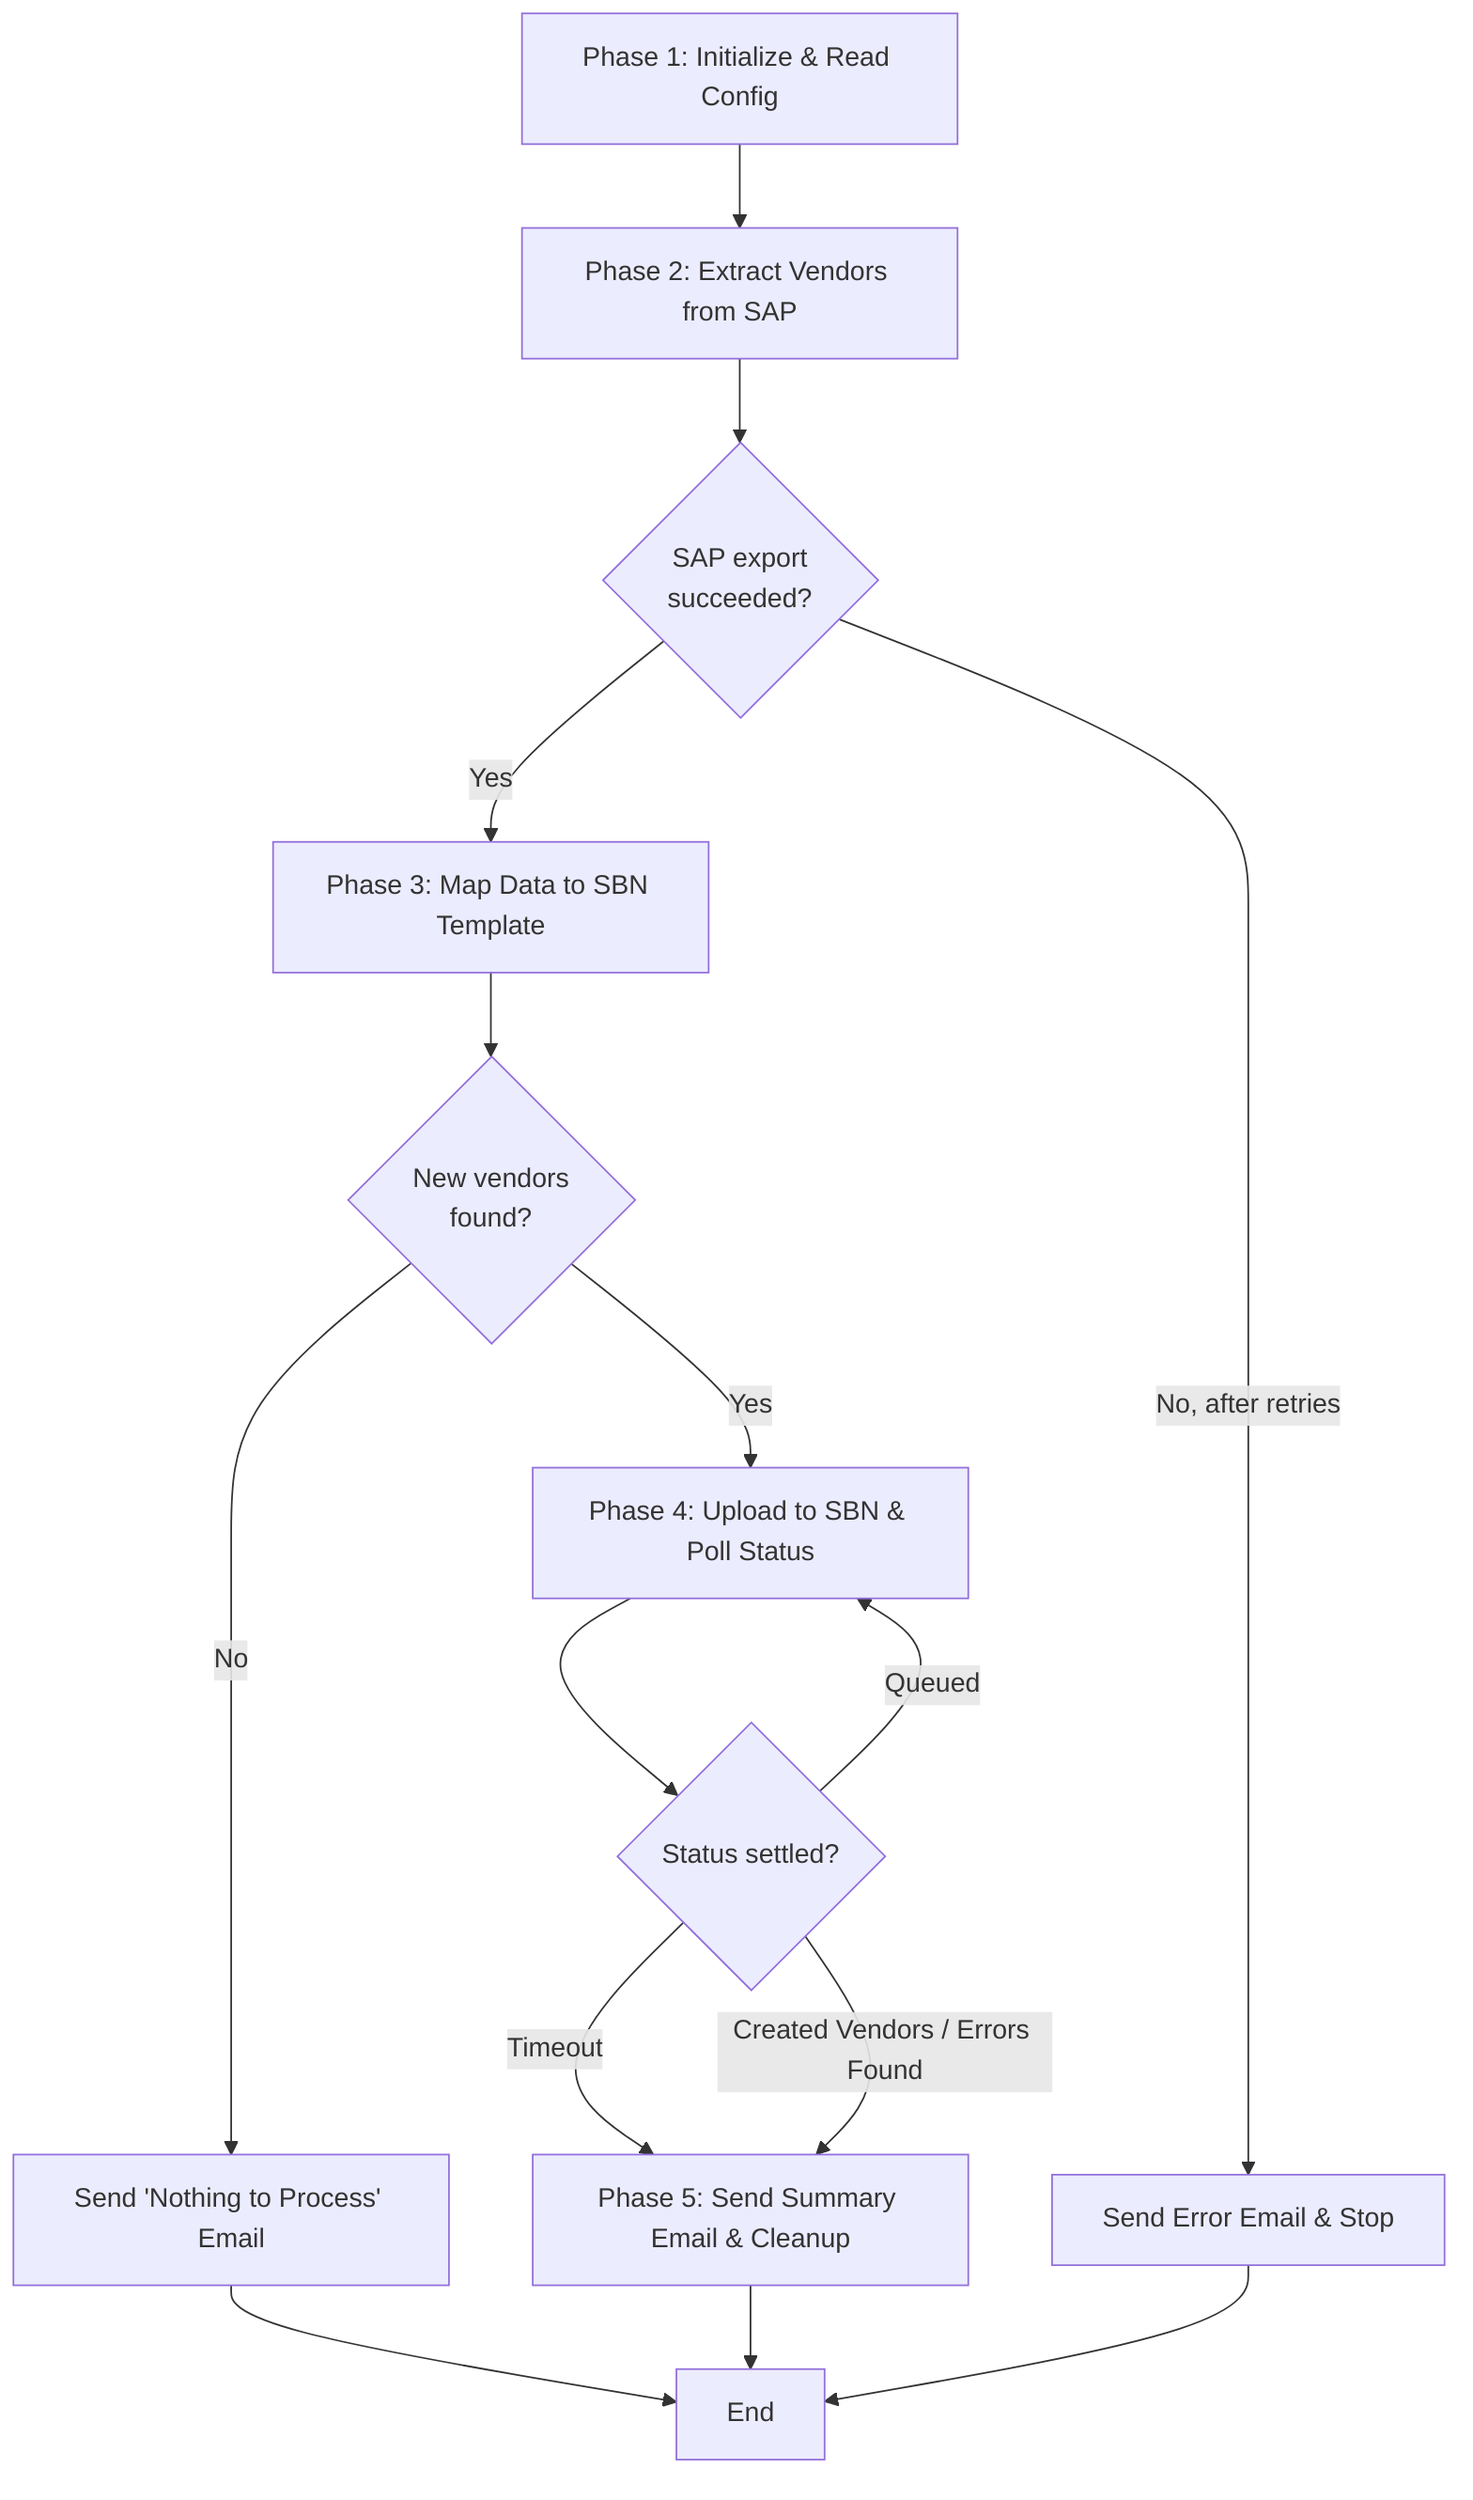
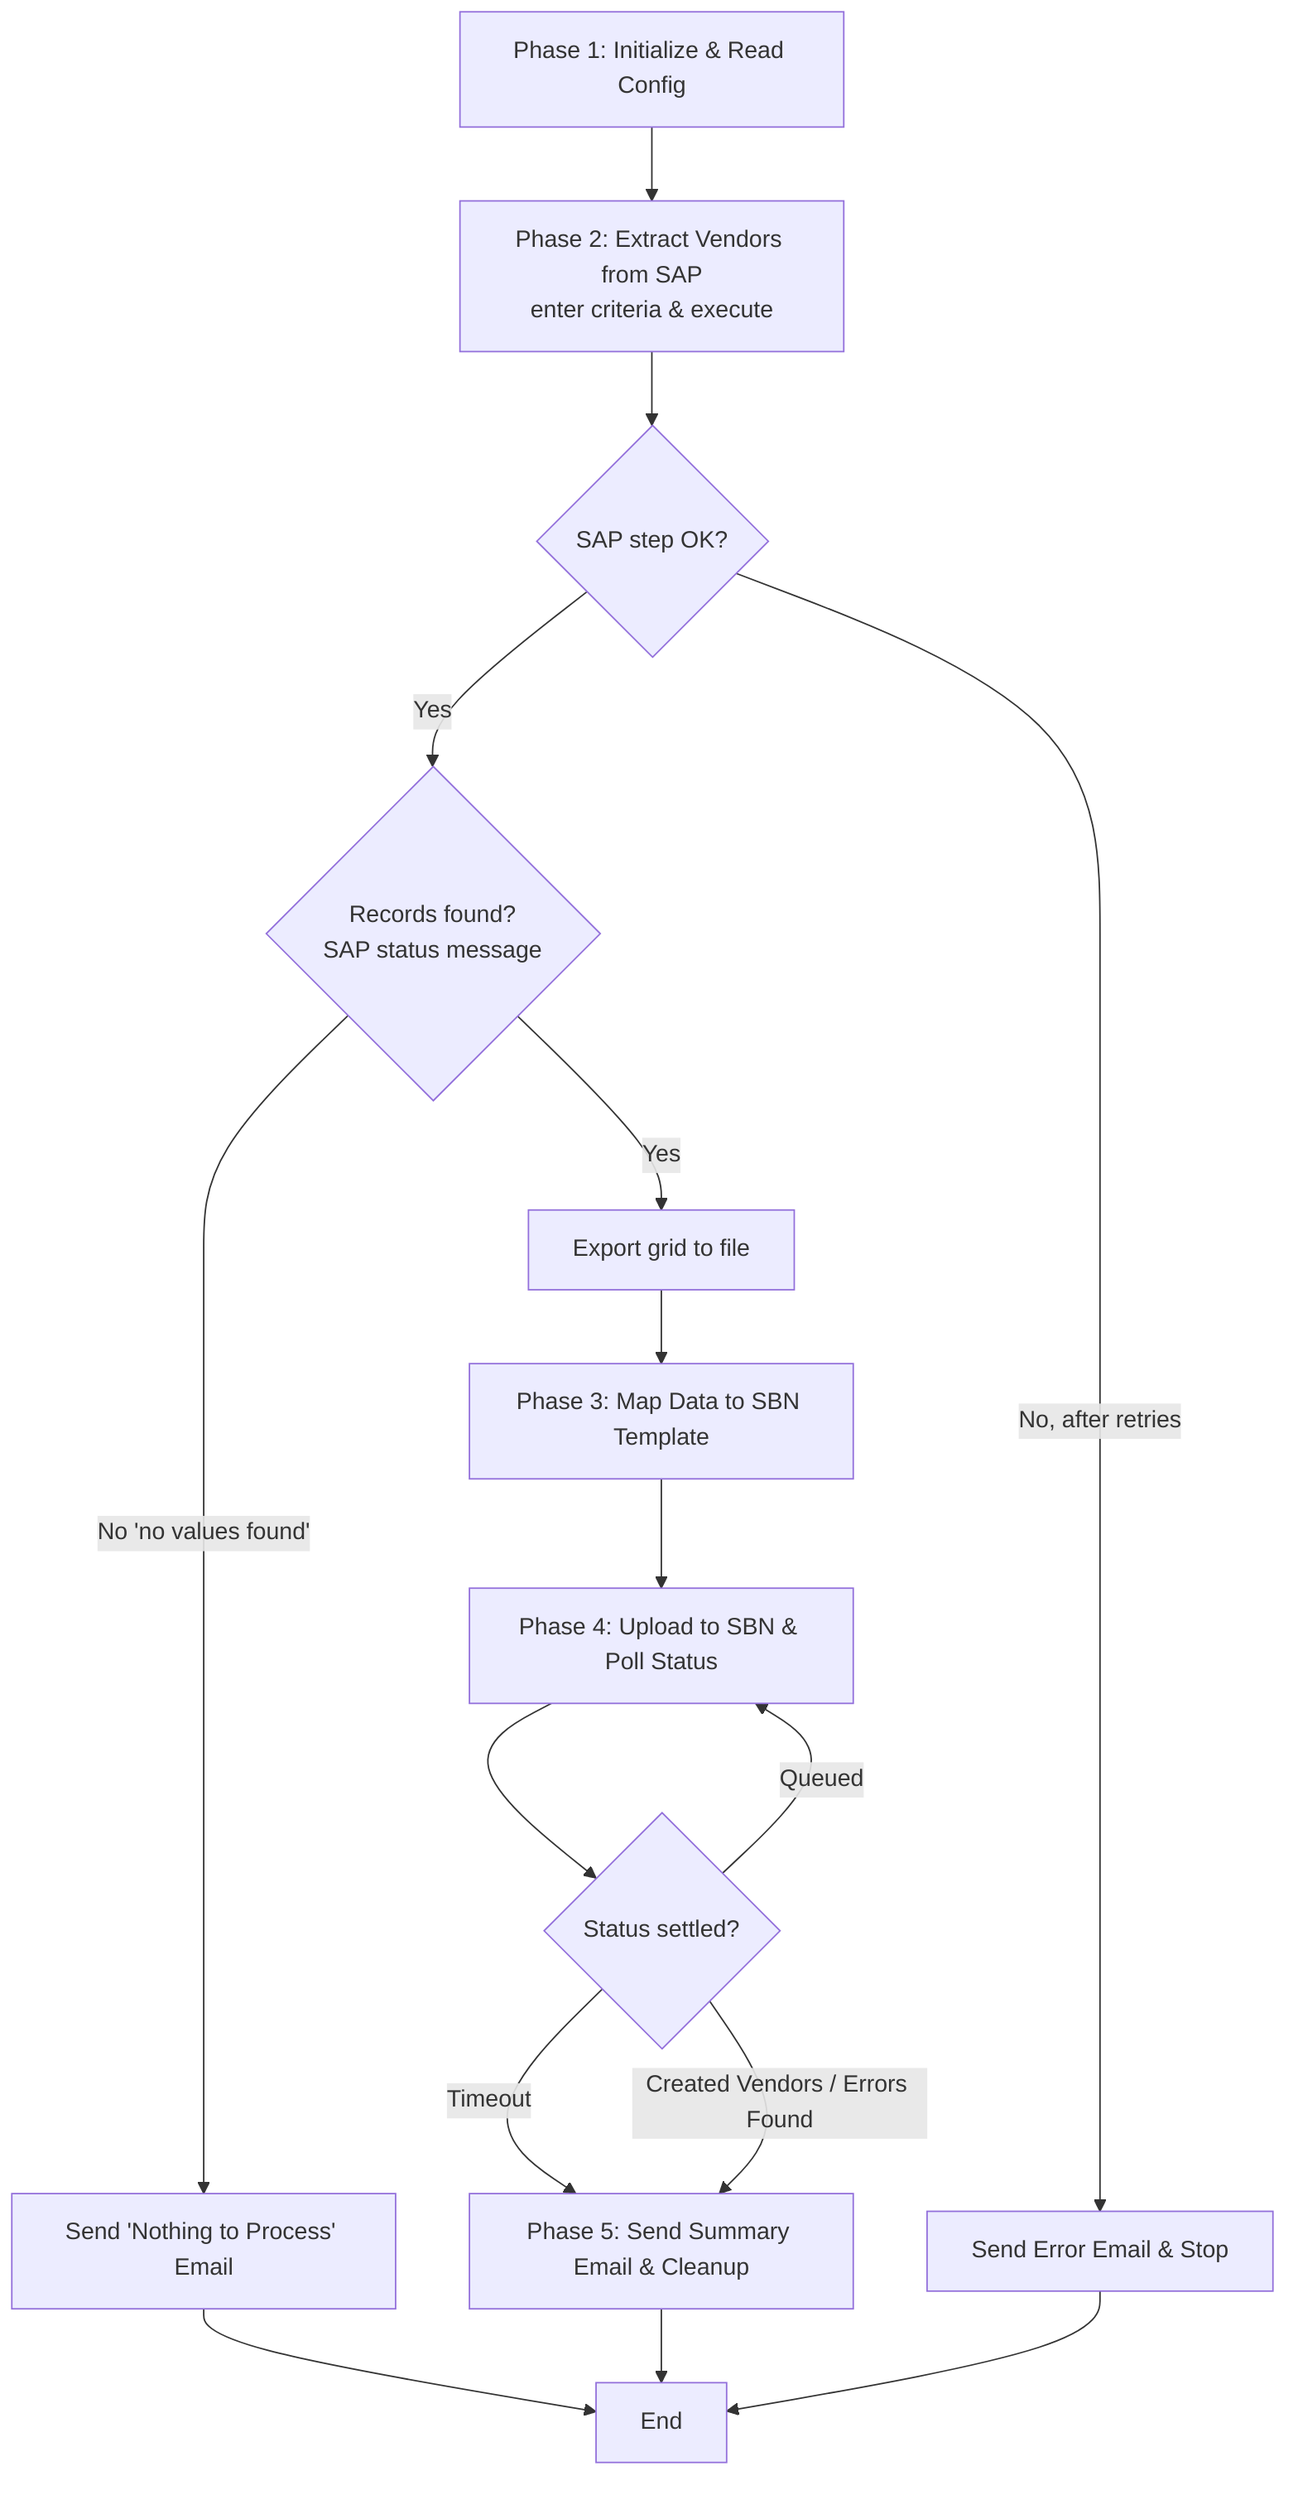
graph TD
-     A[Phase 1: Initialize & Read Config] --> B[Phase 2: Extract Vendors from SAP]
-     B --> Bok{SAP export<br/>succeeded?}
+     A[Phase 1: Initialize & Read Config] --> B[Phase 2: Extract Vendors from SAP<br/>enter criteria & execute]
+     B --> Bok{SAP step OK?}
    Bok -->|No, after retries| ERR[Send Error Email & Stop]
-     Bok -->|Yes| C[Phase 3: Map Data to SBN Template]
-     C --> Cnt{New vendors<br/>found?}
-     Cnt -->|No| NP[Send 'Nothing to Process' Email]
-     Cnt -->|Yes| D[Phase 4: Upload to SBN & Poll Status]
+     Bok -->|Yes| Rec{Records found?<br/>SAP status message}
+     Rec -->|No 'no values found'| NP[Send 'Nothing to Process' Email]
+     Rec -->|Yes| Exp[Export grid to file] --> C[Phase 3: Map Data to SBN Template]
+     C --> D[Phase 4: Upload to SBN & Poll Status]
    D --> Poll{Status settled?}
    Poll -->|Queued| D
    Poll -->|Timeout| E
    Poll -->|Created Vendors / Errors Found| E[Phase 5: Send Summary Email & Cleanup]
    NP --> F[End]
    E --> F[End]
    ERR --> F[End]
